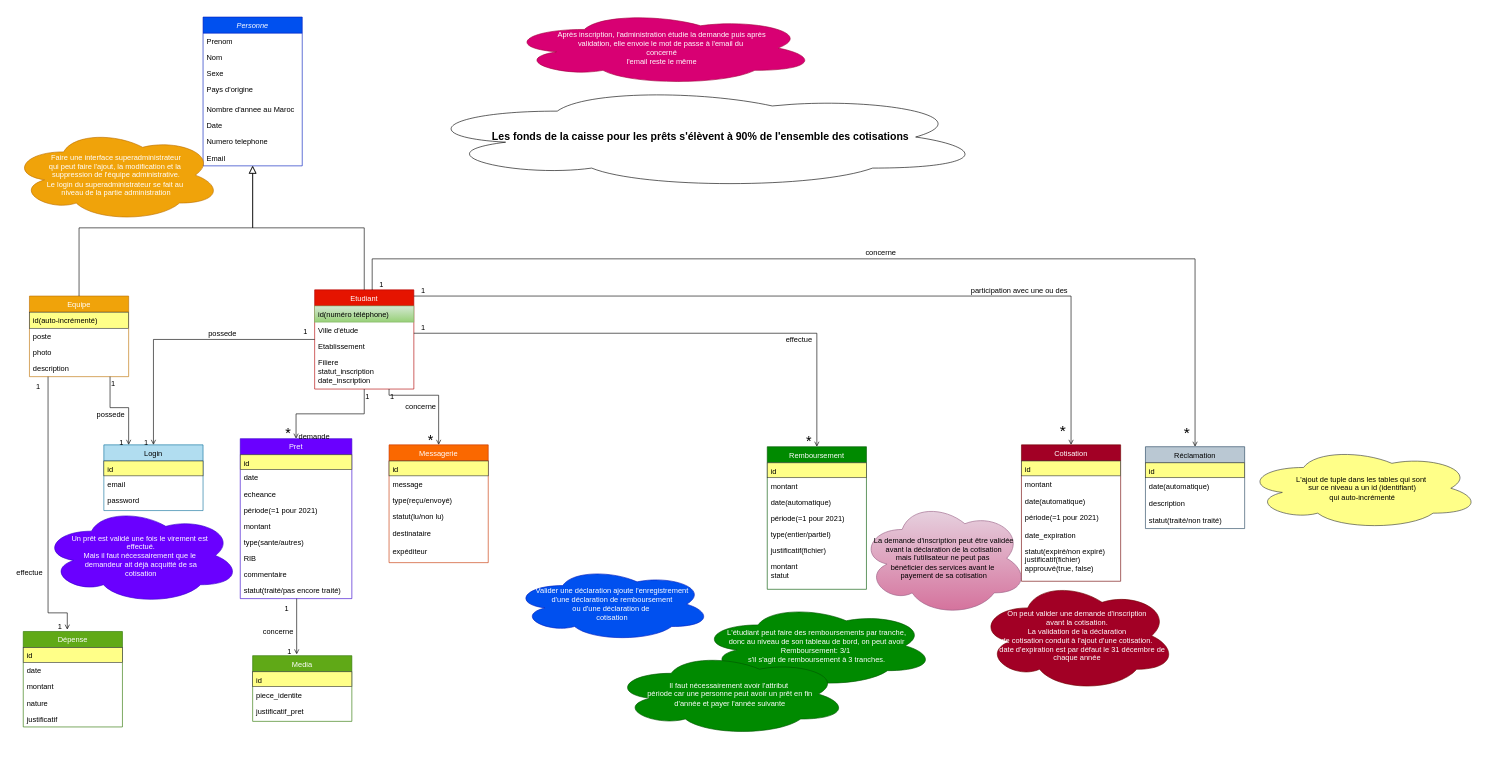
Before: page "Page-1" (1 of 2) of Diagramme de classes.drawio in ambou-97/Sutura, a draw.io diagram. Source tidied: cells renumbered, new cells numbered last; positions are measured from the earlier drawing's top-left corner, leaving out a move shared by most shapes. Both pictures are drawn from the tidied source at 62%, with x=0, y=0 at pixel (11, 11).
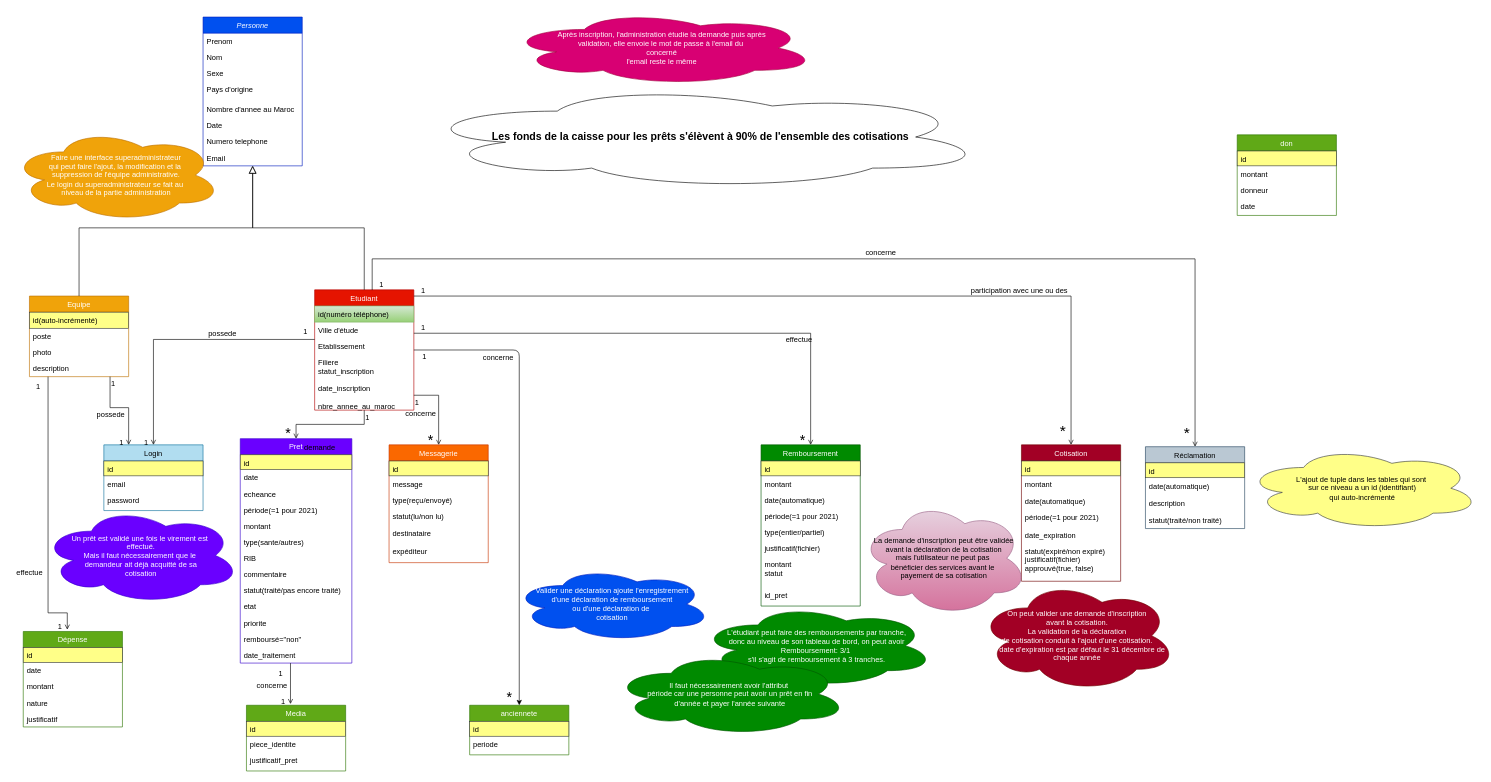
After the change.

Commit message:
nouvelle mise à jour

What changed in the source:
```diff
@@
     <mxCell id="11" value="Etudiant" style="swimlane;fontStyle=0;align=center;verticalAlign=top;horizontal=1;startSize=26;rounded=0;shadow=0;strokeWidth=1;fillColor=#e51400;strokeColor=#B20000;fontColor=#ffffff;" parent="1" vertex="1">
-      <mxGeometry x="490" y="450" width="160" height="160" as="geometry" />
+      <mxGeometry x="490" y="450" width="160" height="194" as="geometry" />
     </mxCell>
@@
-    <mxCell id="15" value="Filiere&#10;statut_inscription &#10;date_inscription&#10;" style="text;align=left;verticalAlign=top;spacingLeft=4;spacingRight=4;overflow=hidden;" parent="11" vertex="1">
-      <mxGeometry y="104" width="160" height="56" as="geometry" />
+    <mxCell id="15" value="Filiere&#10;statut_inscription &#10;&#10;date_inscription&#10;&#10;nbre_annee_au_maroc&#10;" style="text;align=left;verticalAlign=top;spacingLeft=4;spacingRight=4;overflow=hidden;" parent="11" vertex="1">
+      <mxGeometry y="104" width="160" height="86" as="geometry" />
     </mxCell>
@@
     <mxCell id="34" value="Pret" style="swimlane;fontStyle=0;align=center;verticalAlign=top;horizontal=1;startSize=26;rounded=0;shadow=0;strokeWidth=1;fillColor=#6a00ff;strokeColor=#3700CC;fontColor=#ffffff;" parent="1" vertex="1">
-      <mxGeometry x="370" y="690" width="180" height="258" as="geometry" />
+      <mxGeometry x="370" y="690" width="180" height="362" as="geometry" />
     </mxCell>
@@
+    <mxCell id="120" value="etat" style="text;align=left;verticalAlign=top;spacingLeft=4;spacingRight=4;overflow=hidden;rounded=0;shadow=0;html=0;" parent="34" vertex="1">
+      <mxGeometry y="258" width="180" height="26" as="geometry" />
+    </mxCell>
+    <mxCell id="121" value="priorite" style="text;align=left;verticalAlign=top;spacingLeft=4;spacingRight=4;overflow=hidden;rounded=0;shadow=0;html=0;" parent="34" vertex="1">
+      <mxGeometry y="284" width="180" height="26" as="geometry" />
+    </mxCell>
+    <mxCell id="122" value="remboursé=&quot;non&quot;" style="text;align=left;verticalAlign=top;spacingLeft=4;spacingRight=4;overflow=hidden;rounded=0;shadow=0;html=0;" parent="34" vertex="1">
+      <mxGeometry y="310" width="180" height="26" as="geometry" />
+    </mxCell>
+    <mxCell id="123" value="date_traitement" style="text;align=left;verticalAlign=top;spacingLeft=4;spacingRight=4;overflow=hidden;rounded=0;shadow=0;html=0;" parent="34" vertex="1">
+      <mxGeometry y="336" width="180" height="26" as="geometry" />
+    </mxCell>
@@
     <mxCell id="57" value="Media" style="swimlane;fontStyle=0;align=center;verticalAlign=top;horizontal=1;startSize=26;rounded=0;shadow=0;strokeWidth=1;fillColor=#60a917;strokeColor=#2D7600;fontColor=#ffffff;" parent="1" vertex="1">
-      <mxGeometry x="390" y="1040" width="160" height="106" as="geometry" />
+      <mxGeometry x="380" y="1120" width="160" height="106" as="geometry" />
     </mxCell>
@@
-    <mxCell id="61" style="endArrow=open;shadow=0;strokeWidth=1;rounded=0;endFill=1;edgeStyle=elbowEdgeStyle;elbow=vertical;entryX=0.444;entryY=-0.019;entryDx=0;entryDy=0;entryPerimeter=0;" parent="1" edge="1" target="57">
+    <mxCell id="61" style="endArrow=open;shadow=0;strokeWidth=1;rounded=0;endFill=1;edgeStyle=elbowEdgeStyle;elbow=vertical;entryX=0.444;entryY=-0.019;entryDx=0;entryDy=0;entryPerimeter=0;" parent="1" edge="1" source="34" target="57">
       <mxGeometry x="0.5" y="41" relative="1" as="geometry">
-        <mxPoint x="461" y="948" as="sourcePoint" />
         <Array as="points">
           <mxPoint x="461" y="1010" />
           <mxPoint x="460" y="990" />
           <mxPoint x="560" y="1180" />
         </Array>
         <mxPoint x="-40" y="32" as="offset" />
       </mxGeometry>
     </mxCell>
@@
     <mxCell id="77" value="Remboursement" style="swimlane;fontStyle=0;align=center;verticalAlign=top;horizontal=1;startSize=26;rounded=0;shadow=0;strokeWidth=1;fillColor=#008a00;strokeColor=#005700;fontColor=#ffffff;" parent="1" vertex="1">
-      <mxGeometry x="1220" y="703" width="160" height="230" as="geometry" />
+      <mxGeometry x="1210" y="700" width="160" height="260" as="geometry" />
     </mxCell>
@@
+    <mxCell id="124" value="id_pret" style="text;align=left;verticalAlign=top;spacingLeft=4;spacingRight=4;overflow=hidden;rounded=0;shadow=0;html=0;" parent="77" vertex="1">
+      <mxGeometry y="230" width="160" height="26" as="geometry" />
+    </mxCell>
@@
+    <mxCell id="125" value="don" style="swimlane;fontStyle=0;align=center;verticalAlign=top;horizontal=1;startSize=26;rounded=0;shadow=0;strokeWidth=1;fillColor=#60a917;strokeColor=#2D7600;fontColor=#ffffff;" parent="1" vertex="1">
+      <mxGeometry x="1978" y="200" width="160" height="130" as="geometry" />
+    </mxCell>
+    <mxCell id="126" value="id" style="text;align=left;verticalAlign=top;spacingLeft=4;spacingRight=4;overflow=hidden;fillColor=#ffff88;strokeColor=#36393d;" parent="125" vertex="1">
+      <mxGeometry y="26" width="160" height="24" as="geometry" />
+    </mxCell>
+    <mxCell id="127" value="montant" style="text;align=left;verticalAlign=top;spacingLeft=4;spacingRight=4;overflow=hidden;rounded=0;shadow=0;html=0;" parent="125" vertex="1">
+      <mxGeometry y="50" width="160" height="26" as="geometry" />
+    </mxCell>
+    <mxCell id="128" value="donneur" style="text;align=left;verticalAlign=top;spacingLeft=4;spacingRight=4;overflow=hidden;rounded=0;shadow=0;html=0;" parent="125" vertex="1">
+      <mxGeometry y="76" width="160" height="26" as="geometry" />
+    </mxCell>
+    <mxCell id="129" value="date" style="text;align=left;verticalAlign=top;spacingLeft=4;spacingRight=4;overflow=hidden;rounded=0;shadow=0;html=0;" parent="125" vertex="1">
+      <mxGeometry y="102" width="160" height="26" as="geometry" />
+    </mxCell>
+    <mxCell id="130" value="anciennete" style="swimlane;fontStyle=0;align=center;verticalAlign=top;horizontal=1;startSize=26;rounded=0;shadow=0;strokeWidth=1;fillColor=#60a917;strokeColor=#2D7600;fontColor=#ffffff;" parent="1" vertex="1">
+      <mxGeometry x="740" y="1120" width="160" height="80" as="geometry" />
+    </mxCell>
+    <mxCell id="131" value="id" style="text;align=left;verticalAlign=top;spacingLeft=4;spacingRight=4;overflow=hidden;fillColor=#ffff88;strokeColor=#36393d;" parent="130" vertex="1">
+      <mxGeometry y="26" width="160" height="24" as="geometry" />
+    </mxCell>
+    <mxCell id="132" value="periode" style="text;align=left;verticalAlign=top;spacingLeft=4;spacingRight=4;overflow=hidden;rounded=0;shadow=0;html=0;" parent="130" vertex="1">
+      <mxGeometry y="50" width="160" height="26" as="geometry" />
+    </mxCell>
+    <mxCell id="133" style="endArrow=classic;html=1;entryX=0.5;entryY=0;entryDx=0;entryDy=0;" parent="1" edge="1" source="11" target="130">
+      <mxGeometry relative="1" as="geometry">
+        <Array as="points">
+          <mxPoint x="820" y="547" />
+        </Array>
+      </mxGeometry>
+    </mxCell>
+    <mxCell id="134" value="1" style="align=left;verticalAlign=bottom;labelBackgroundColor=none;fontSize=12;" parent="1" vertex="1">
+      <mxGeometry x="670" y="530" as="geometry">
+        <mxPoint x="-8" y="36" as="offset" />
+      </mxGeometry>
+    </mxCell>
+    <mxCell id="135" value="*" style="align=right;verticalAlign=bottom;labelBackgroundColor=none;fontSize=23;" parent="1" vertex="1">
+      <mxGeometry x="810" y="1120" as="geometry" />
+    </mxCell>
+    <mxCell id="136" value="concerne" style="text;html=1;align=center;verticalAlign=middle;labelBackgroundColor=none;rounded=0;shadow=0;strokeWidth=1;fontSize=12;" parent="1" vertex="1">
+      <mxGeometry x="660" y="650" as="geometry">
+        <mxPoint x="125" y="-91" as="offset" />
+      </mxGeometry>
+    </mxCell>
```
